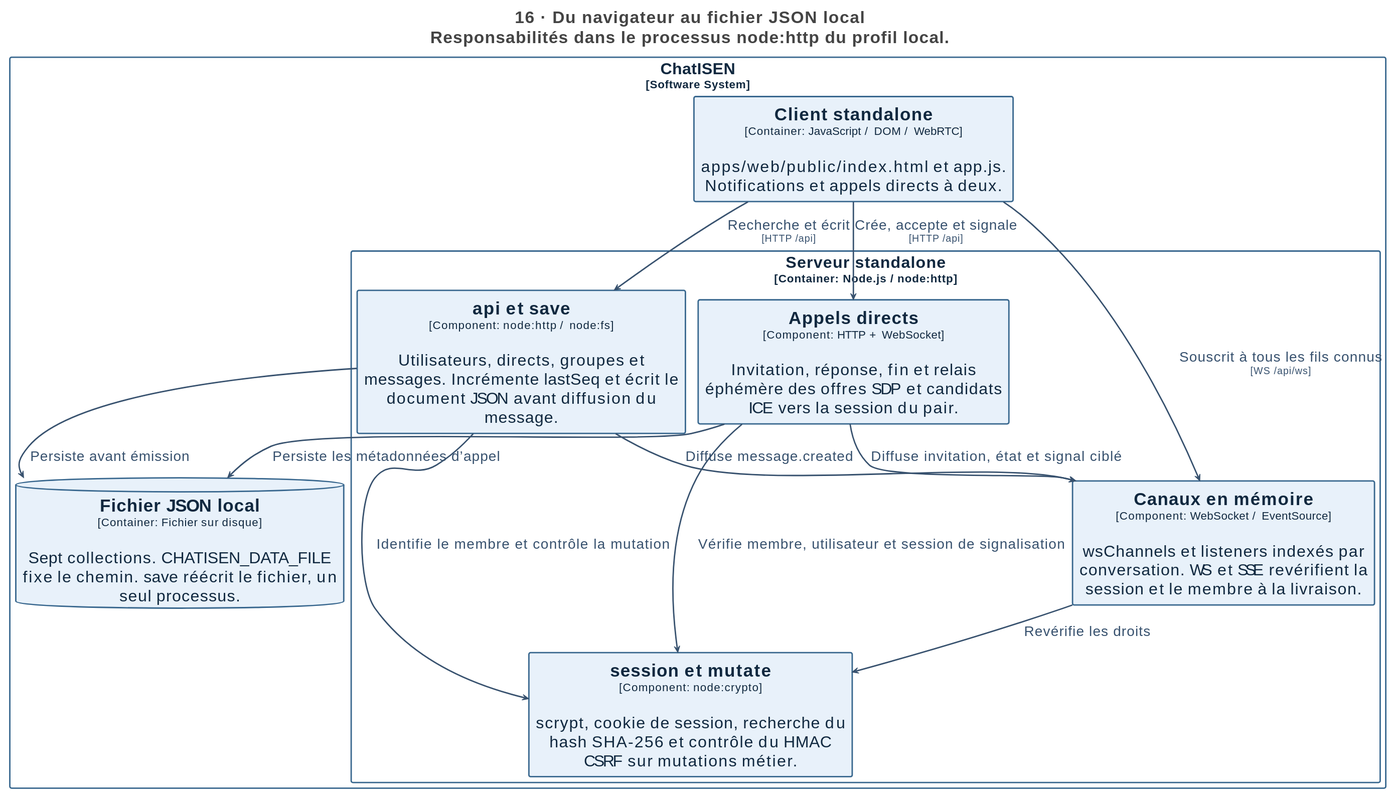
The PlantUML diagram docs/architecture/svg/16-standalone.svg in Zayonx-0/ChatISEN, before a commit.
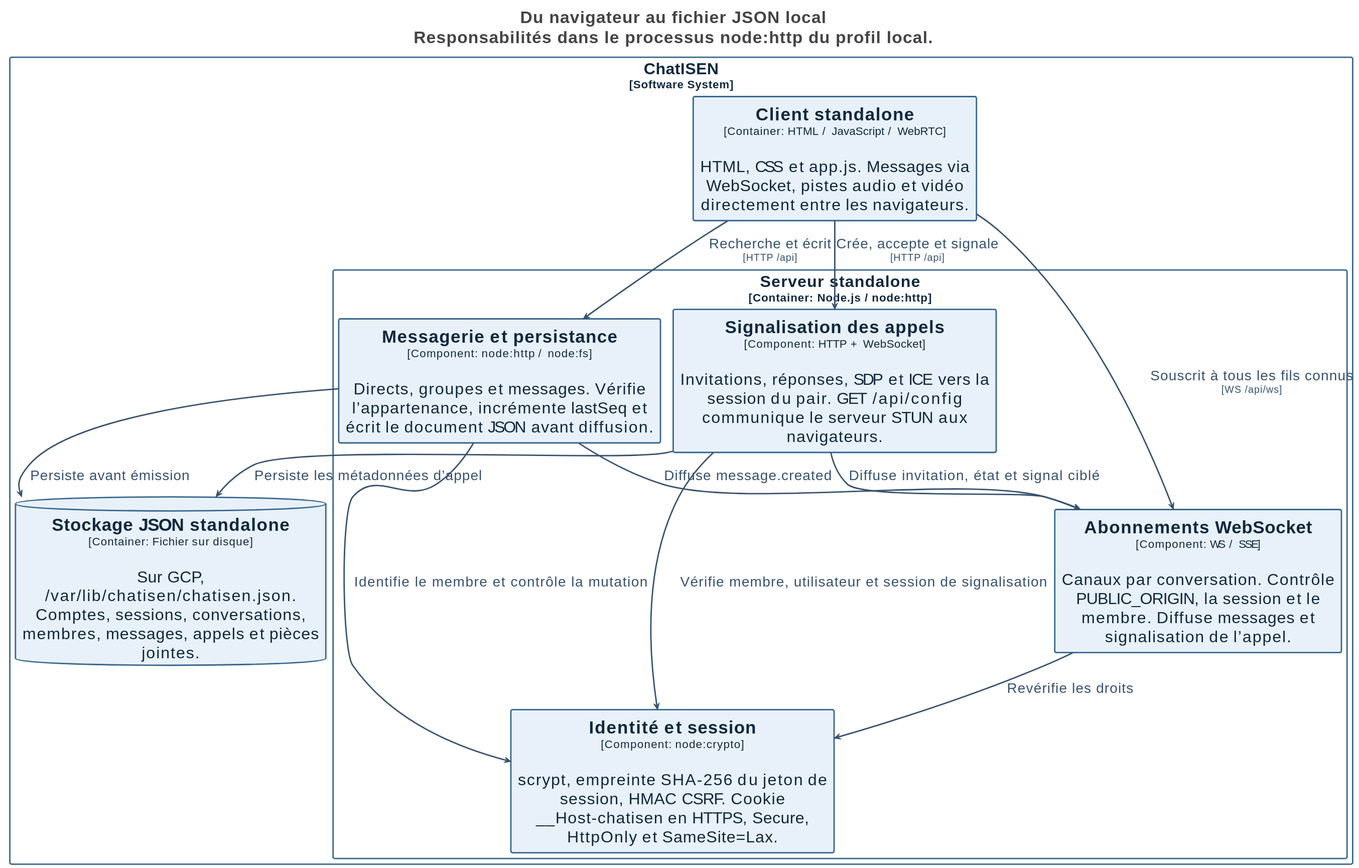
Later version of the same file.

Change to the diagram source:
```diff
@@ -1,7 +1,7 @@
 @startuml
 !pragma layout smetana
 skinparam backgroundColor white
-title <size:24>16 · Du navigateur au fichier JSON local</size>\n<size:24>Responsabilités dans le processus node:http du profil local.</size>
+title <size:24>Du navigateur au fichier JSON local</size>\n<size:24>Responsabilités dans le processus node:http du profil local.</size>
 
 set separator none
 top to bottom direction
@@ -72,24 +72,24 @@
 
 rectangle "ChatISEN\n<size:16>[Software System]</size>" <<Boundary-Q2hhdElTRU4=>> {
   rectangle "Serveur standalone\n<size:16>[Container: Node.js / node:http]</size>" <<Boundary-U2VydmV1ciBzdGFuZGFsb25l>> {
-    rectangle "==session et mutate\n<size:16>[Component: node:crypto]</size>\n\nscrypt, cookie de session, recherche du hash SHA-256 et contrôle du HMAC CSRF sur mutations métier." <<Element-RWxlbWVudA==>> as ChatISEN.Serveurstandalone.sessionetmutate
-    rectangle "==api et save\n<size:16>[Component: node:http / node:fs]</size>\n\nUtilisateurs, directs, groupes et messages. Incrémente lastSeq et écrit le document JSON avant diffusion du message." <<Element-RWxlbWVudA==>> as ChatISEN.Serveurstandalone.apietsave
-    rectangle "==Canaux en mémoire\n<size:16>[Component: WebSocket / EventSource]</size>\n\nwsChannels et listeners indexés par conversation. WS et SSE revérifient la session et le membre à la livraison." <<Element-RWxlbWVudA==>> as ChatISEN.Serveurstandalone.Canauxenmémoire
-    rectangle "==Appels directs\n<size:16>[Component: HTTP + WebSocket]</size>\n\nInvitation, réponse, fin et relais éphémère des offres SDP et candidats ICE vers la session du pair." <<Element-RWxlbWVudA==>> as ChatISEN.Serveurstandalone.Appelsdirects
+    rectangle "==Identité et session\n<size:16>[Component: node:crypto]</size>\n\nscrypt, empreinte SHA-256 du jeton de session, HMAC CSRF. Cookie __Host-chatisen en HTTPS, Secure, HttpOnly et SameSite=Lax." <<Element-RWxlbWVudA==>> as ChatISEN.Serveurstandalone.Identitéetsession
+    rectangle "==Messagerie et persistance\n<size:16>[Component: node:http / node:fs]</size>\n\nDirects, groupes et messages. Vérifie l’appartenance, incrémente lastSeq et écrit le document JSON avant diffusion." <<Element-RWxlbWVudA==>> as ChatISEN.Serveurstandalone.Messagerieetpersistance
+    rectangle "==Abonnements WebSocket\n<size:16>[Component: WS / SSE]</size>\n\nCanaux par conversation. Contrôle PUBLIC_ORIGIN, la session et le membre. Diffuse messages et signalisation de l’appel." <<Element-RWxlbWVudA==>> as ChatISEN.Serveurstandalone.AbonnementsWebSocket
+    rectangle "==Signalisation des appels\n<size:16>[Component: HTTP + WebSocket]</size>\n\nInvitations, réponses, SDP et ICE vers la session du pair. GET /api/config communique le serveur STUN aux navigateurs." <<Element-RWxlbWVudA==>> as ChatISEN.Serveurstandalone.Signalisationdesappels
   }
 
-  rectangle "==Client standalone\n<size:16>[Container: JavaScript / DOM / WebRTC]</size>\n\napps/web/public/index.html et app.js. Notifications et appels directs à deux." <<Element-RWxlbWVudA==>> as ChatISEN.Clientstandalone
-  database "==Fichier JSON local\n<size:16>[Container: Fichier sur disque]</size>\n\nSept collections. CHATISEN_DATA_FILE fixe le chemin. save réécrit le fichier, un seul processus." <<Element-RWxlbWVudCxEYXRhYmFzZQ==>> as ChatISEN.FichierJSONlocal
+  rectangle "==Client standalone\n<size:16>[Container: HTML / JavaScript / WebRTC]</size>\n\nHTML, CSS et app.js. Messages via WebSocket, pistes audio et vidéo directement entre les navigateurs." <<Element-RWxlbWVudA==>> as ChatISEN.Clientstandalone
+  database "==Stockage JSON standalone\n<size:16>[Container: Fichier sur disque]</size>\n\nSur GCP, /var/lib/chatisen/chatisen.json. Comptes, sessions, conversations, membres, messages, appels et pièces jointes." <<Element-RWxlbWVudCxEYXRhYmFzZQ==>> as ChatISEN.StockageJSONstandalone
 }
 
-ChatISEN.Clientstandalone --> ChatISEN.Serveurstandalone.apietsave <<Relationship-UmVsYXRpb25zaGlw>> : "Recherche et écrit\n<size:14>[HTTP /api]</size>"
-ChatISEN.Clientstandalone --> ChatISEN.Serveurstandalone.Canauxenmémoire <<Relationship-UmVsYXRpb25zaGlw>> : "Souscrit à tous les fils connus\n<size:14>[WS /api/ws]</size>"
-ChatISEN.Clientstandalone --> ChatISEN.Serveurstandalone.Appelsdirects <<Relationship-UmVsYXRpb25zaGlw>> : "Crée, accepte et signale\n<size:14>[HTTP /api]</size>"
-ChatISEN.Serveurstandalone.apietsave --> ChatISEN.Serveurstandalone.sessionetmutate <<Relationship-UmVsYXRpb25zaGlw>> : "Identifie le membre et contrôle la mutation"
-ChatISEN.Serveurstandalone.Appelsdirects --> ChatISEN.Serveurstandalone.sessionetmutate <<Relationship-UmVsYXRpb25zaGlw>> : "Vérifie membre, utilisateur et session de signalisation"
-ChatISEN.Serveurstandalone.apietsave --> ChatISEN.FichierJSONlocal <<Relationship-UmVsYXRpb25zaGlw>> : "Persiste avant émission"
-ChatISEN.Serveurstandalone.Appelsdirects --> ChatISEN.FichierJSONlocal <<Relationship-UmVsYXRpb25zaGlw>> : "Persiste les métadonnées d’appel"
-ChatISEN.Serveurstandalone.apietsave --> ChatISEN.Serveurstandalone.Canauxenmémoire <<Relationship-UmVsYXRpb25zaGlw>> : "Diffuse message.created"
-ChatISEN.Serveurstandalone.Appelsdirects --> ChatISEN.Serveurstandalone.Canauxenmémoire <<Relationship-UmVsYXRpb25zaGlw>> : "Diffuse invitation, état et signal ciblé"
-ChatISEN.Serveurstandalone.Canauxenmémoire --> ChatISEN.Serveurstandalone.sessionetmutate <<Relationship-UmVsYXRpb25zaGlw>> : "Revérifie les droits"
+ChatISEN.Clientstandalone --> ChatISEN.Serveurstandalone.Messagerieetpersistance <<Relationship-UmVsYXRpb25zaGlw>> : "Recherche et écrit\n<size:14>[HTTP /api]</size>"
+ChatISEN.Clientstandalone --> ChatISEN.Serveurstandalone.AbonnementsWebSocket <<Relationship-UmVsYXRpb25zaGlw>> : "Souscrit à tous les fils connus\n<size:14>[WS /api/ws]</size>"
+ChatISEN.Clientstandalone --> ChatISEN.Serveurstandalone.Signalisationdesappels <<Relationship-UmVsYXRpb25zaGlw>> : "Crée, accepte et signale\n<size:14>[HTTP /api]</size>"
+ChatISEN.Serveurstandalone.Messagerieetpersistance --> ChatISEN.Serveurstandalone.Identitéetsession <<Relationship-UmVsYXRpb25zaGlw>> : "Identifie le membre et contrôle la mutation"
+ChatISEN.Serveurstandalone.Signalisationdesappels --> ChatISEN.Serveurstandalone.Identitéetsession <<Relationship-UmVsYXRpb25zaGlw>> : "Vérifie membre, utilisateur et session de signalisation"
+ChatISEN.Serveurstandalone.Messagerieetpersistance --> ChatISEN.StockageJSONstandalone <<Relationship-UmVsYXRpb25zaGlw>> : "Persiste avant émission"
+ChatISEN.Serveurstandalone.Signalisationdesappels --> ChatISEN.StockageJSONstandalone <<Relationship-UmVsYXRpb25zaGlw>> : "Persiste les métadonnées d’appel"
+ChatISEN.Serveurstandalone.Messagerieetpersistance --> ChatISEN.Serveurstandalone.AbonnementsWebSocket <<Relationship-UmVsYXRpb25zaGlw>> : "Diffuse message.created"
+ChatISEN.Serveurstandalone.Signalisationdesappels --> ChatISEN.Serveurstandalone.AbonnementsWebSocket <<Relationship-UmVsYXRpb25zaGlw>> : "Diffuse invitation, état et signal ciblé"
+ChatISEN.Serveurstandalone.AbonnementsWebSocket --> ChatISEN.Serveurstandalone.Identitéetsession <<Relationship-UmVsYXRpb25zaGlw>> : "Revérifie les droits"
 @enduml
```
